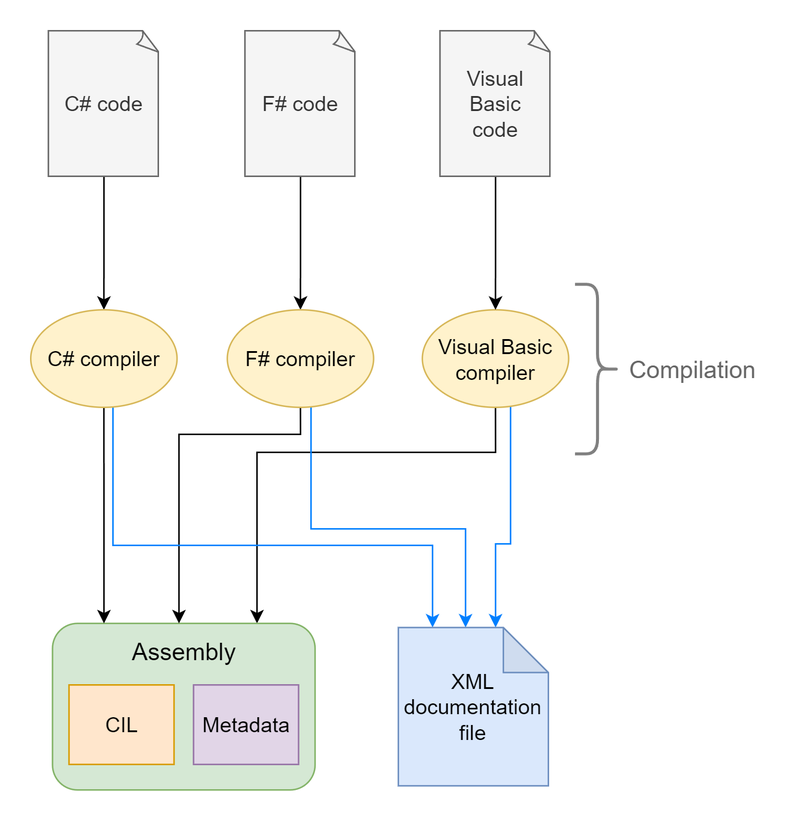
Before: img/compilation.png, a diagram exported from draw.io (VL-CZ/master-thesis). Source tidied: cells renumbered, new cells last; positions are measured from the earlier drawing's top-left corner, leaving out a move shared by most shapes.
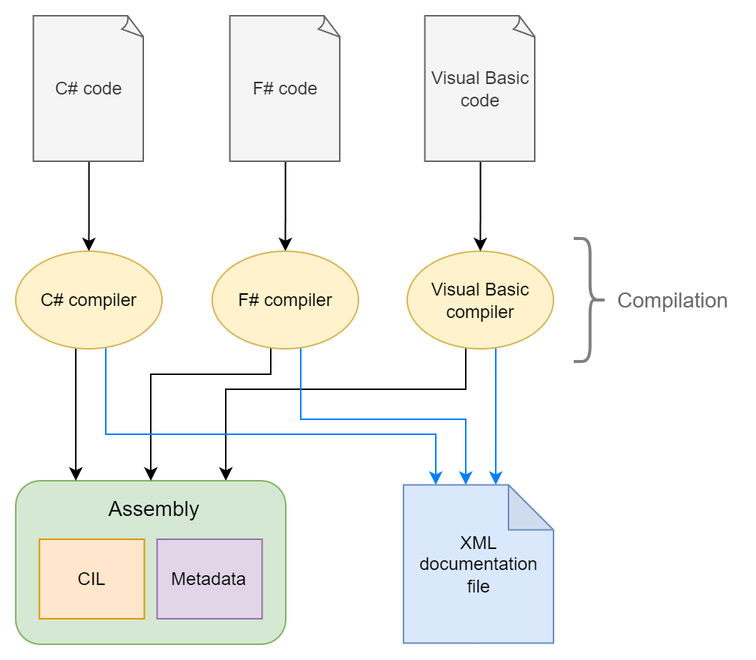
The same diagram one commit later.

The edit, as a diff of the source:
```diff
@@ -2,101 +2,101 @@
   <root>
     <mxCell id="0" />
     <mxCell id="1" parent="0" />
-    <mxCell id="2" style="edgeStyle=orthogonalEdgeStyle;rounded=0;jettySize=auto;html=1;" parent="1" edge="1" source="4" target="11">
+    <mxCell id="2" style="edgeStyle=orthogonalEdgeStyle;rounded=0;jettySize=auto;html=1;fontSize=12;" parent="1" edge="1" source="4" target="11">
       <mxGeometry relative="1" as="geometry">
         <Array as="points">
-          <mxPoint x="309.8" y="281" />
-          <mxPoint x="150.8" y="281" />
+          <mxPoint x="297" y="278" />
+          <mxPoint x="137" y="278" />
         </Array>
       </mxGeometry>
     </mxCell>
-    <mxCell id="3" style="edgeStyle=orthogonalEdgeStyle;rounded=0;jettySize=auto;html=1;strokeColor=#007FFF;" parent="1" edge="1" source="4" target="23">
+    <mxCell id="3" style="edgeStyle=orthogonalEdgeStyle;rounded=0;jettySize=auto;html=1;strokeColor=#007FFF;fontSize=12;" parent="1" edge="1" source="4" target="23">
       <mxGeometry relative="1" as="geometry">
         <Array as="points">
-          <mxPoint x="319.8" y="342" />
-          <mxPoint x="309.8" y="342" />
+          <mxPoint x="317" y="298" />
+          <mxPoint x="317" y="298" />
         </Array>
       </mxGeometry>
     </mxCell>
-    <mxCell id="4" value="Visual Basic compiler" style="ellipse;whiteSpace=wrap;html=1;fillColor=#fff2cc;strokeColor=#d6b656;fontSize=14;" parent="1" vertex="1">
-      <mxGeometry x="261" y="186" width="97.5" height="65" as="geometry" />
+    <mxCell id="4" value="Visual Basic compiler" style="ellipse;whiteSpace=wrap;html=1;fillColor=#fff2cc;strokeColor=#d6b656;fontSize=12;" parent="1" vertex="1">
+      <mxGeometry x="258" y="186" width="97.5" height="65" as="geometry" />
     </mxCell>
-    <mxCell id="5" style="edgeStyle=orthogonalEdgeStyle;rounded=0;jettySize=auto;html=1;" parent="1" edge="1" source="6" target="4">
+    <mxCell id="5" style="edgeStyle=orthogonalEdgeStyle;rounded=0;jettySize=auto;html=1;fontSize=12;" parent="1" edge="1" source="6" target="4">
       <mxGeometry relative="1" as="geometry" />
     </mxCell>
-    <mxCell id="6" value="Visual Basic &lt;br&gt;code" style="whiteSpace=wrap;html=1;shape=mxgraph.basic.document;fillColor=#f5f5f5;fontColor=#333333;strokeColor=#666666;fontSize=14;" parent="1" vertex="1">
-      <mxGeometry x="272.8" width="74" height="97" as="geometry" />
+    <mxCell id="6" value="Visual Basic &lt;br&gt;code" style="whiteSpace=wrap;html=1;shape=mxgraph.basic.document;fillColor=#f5f5f5;fontColor=#333333;strokeColor=#666666;fontSize=12;" parent="1" vertex="1">
+      <mxGeometry x="269.8" y="29" width="74" height="97" as="geometry" />
     </mxCell>
-    <mxCell id="7" style="edgeStyle=orthogonalEdgeStyle;rounded=0;jettySize=auto;html=1;" parent="1" edge="1" source="8" target="16">
+    <mxCell id="7" style="edgeStyle=orthogonalEdgeStyle;rounded=0;jettySize=auto;html=1;fontSize=12;" parent="1" edge="1" source="8" target="16">
       <mxGeometry relative="1" as="geometry" />
     </mxCell>
-    <mxCell id="8" value="F# code" style="whiteSpace=wrap;html=1;shape=mxgraph.basic.document;fillColor=#f5f5f5;fontColor=#333333;strokeColor=#666666;fontSize=14;" parent="1" vertex="1">
-      <mxGeometry x="142.8" width="74" height="97" as="geometry" />
+    <mxCell id="8" value="F# code" style="whiteSpace=wrap;html=1;shape=mxgraph.basic.document;fillColor=#f5f5f5;fontColor=#333333;strokeColor=#666666;fontSize=12;" parent="1" vertex="1">
+      <mxGeometry x="139.8" y="29" width="74" height="97" as="geometry" />
     </mxCell>
-    <mxCell id="9" style="edgeStyle=orthogonalEdgeStyle;rounded=0;jettySize=auto;html=1;" parent="1" edge="1" source="10" target="19">
+    <mxCell id="9" style="edgeStyle=orthogonalEdgeStyle;rounded=0;jettySize=auto;html=1;fontSize=12;" parent="1" edge="1" source="10" target="19">
       <mxGeometry relative="1" as="geometry" />
     </mxCell>
-    <mxCell id="10" value="C# code" style="whiteSpace=wrap;html=1;shape=mxgraph.basic.document;fillColor=#f5f5f5;fontColor=#333333;strokeColor=#666666;fontSize=14;" parent="1" vertex="1">
-      <mxGeometry x="11.8" width="74" height="97" as="geometry" />
+    <mxCell id="10" value="C# code" style="whiteSpace=wrap;html=1;shape=mxgraph.basic.document;fillColor=#f5f5f5;fontColor=#333333;strokeColor=#666666;fontSize=12;" parent="1" vertex="1">
+      <mxGeometry x="8.8" y="29" width="74" height="97" as="geometry" />
     </mxCell>
-    <mxCell id="11" style="rounded=1;whiteSpace=wrap;html=1;fillColor=#d5e8d4;strokeColor=#82b366;fontSize=14;" parent="1" vertex="1">
-      <mxGeometry x="14.5" y="395" width="175" height="111" as="geometry" />
+    <mxCell id="11" style="rounded=1;whiteSpace=wrap;html=1;fillColor=#d5e8d4;strokeColor=#82b366;fontSize=12;" parent="1" vertex="1">
+      <mxGeometry x="-3" y="339" width="180" height="109" as="geometry" />
     </mxCell>
-    <mxCell id="12" value="Assembly" style="text;html=1;align=center;verticalAlign=middle;whiteSpace=wrap;rounded=0;fontSize=16;" parent="1" vertex="1">
-      <mxGeometry x="63.5" y="395" width="77" height="38.5" as="geometry" />
+    <mxCell id="12" value="&lt;font style=&quot;font-size: 14px;&quot;&gt;Assembly&lt;/font&gt;" style="text;html=1;align=center;verticalAlign=middle;whiteSpace=wrap;rounded=0;fontSize=12;" parent="1" vertex="1">
+      <mxGeometry x="50.5" y="339" width="77" height="38.5" as="geometry" />
     </mxCell>
-    <mxCell id="13" value="Metadata" style="rounded=0;whiteSpace=wrap;html=1;fillColor=#e1d5e7;strokeColor=#9673a6;fontSize=14;" parent="1" vertex="1">
-      <mxGeometry x="108.5" y="436" width="70" height="53" as="geometry" />
+    <mxCell id="13" value="Metadata" style="rounded=0;whiteSpace=wrap;html=1;fillColor=#e1d5e7;strokeColor=#9673a6;fontSize=12;" parent="1" vertex="1">
+      <mxGeometry x="91.2" y="378" width="70" height="53" as="geometry" />
     </mxCell>
-    <mxCell id="14" style="edgeStyle=orthogonalEdgeStyle;rounded=0;jettySize=auto;html=1;" parent="1" edge="1" source="16" target="11">
+    <mxCell id="14" style="edgeStyle=orthogonalEdgeStyle;rounded=0;jettySize=auto;html=1;fontSize=12;" parent="1" edge="1" source="16" target="11">
       <mxGeometry relative="1" as="geometry">
         <Array as="points">
-          <mxPoint x="179.8" y="269" />
-          <mxPoint x="98.8" y="269" />
+          <mxPoint x="167" y="268" />
+          <mxPoint x="87" y="268" />
         </Array>
       </mxGeometry>
     </mxCell>
-    <mxCell id="15" style="edgeStyle=orthogonalEdgeStyle;rounded=0;jettySize=auto;html=1;strokeColor=#007FFF;" parent="1" edge="1" source="16" target="23">
+    <mxCell id="15" style="edgeStyle=orthogonalEdgeStyle;rounded=0;jettySize=auto;html=1;strokeColor=#007FFF;fontSize=12;" parent="1" edge="1" source="16" target="23">
       <mxGeometry relative="1" as="geometry">
         <Array as="points">
-          <mxPoint x="186.8" y="332" />
-          <mxPoint x="289.8" y="332" />
+          <mxPoint x="187" y="298" />
+          <mxPoint x="297" y="298" />
         </Array>
       </mxGeometry>
     </mxCell>
-    <mxCell id="16" value="F# compiler" style="ellipse;whiteSpace=wrap;html=1;fillColor=#fff2cc;strokeColor=#d6b656;fontSize=14;" parent="1" vertex="1">
-      <mxGeometry x="131" y="186" width="97.5" height="65" as="geometry" />
+    <mxCell id="16" value="F# compiler" style="ellipse;whiteSpace=wrap;html=1;fillColor=#fff2cc;strokeColor=#d6b656;fontSize=12;" parent="1" vertex="1">
+      <mxGeometry x="128" y="186" width="97.5" height="65" as="geometry" />
     </mxCell>
-    <mxCell id="17" style="edgeStyle=orthogonalEdgeStyle;rounded=0;jettySize=auto;html=1;" parent="1" edge="1" source="19" target="11">
+    <mxCell id="17" style="edgeStyle=orthogonalEdgeStyle;rounded=0;jettySize=auto;html=1;fontSize=12;" parent="1" edge="1" source="19" target="11">
       <mxGeometry relative="1" as="geometry">
         <Array as="points">
-          <mxPoint x="48.8" y="325" />
-          <mxPoint x="48.8" y="325" />
+          <mxPoint x="37" y="298" />
+          <mxPoint x="37" y="298" />
         </Array>
       </mxGeometry>
     </mxCell>
-    <mxCell id="18" style="edgeStyle=orthogonalEdgeStyle;rounded=0;jettySize=auto;html=1;strokeColor=#007FFF;" parent="1" edge="1" source="19" target="23">
+    <mxCell id="18" style="edgeStyle=orthogonalEdgeStyle;rounded=0;jettySize=auto;html=1;strokeColor=#007FFF;fontSize=12;" parent="1" edge="1" source="19" target="23">
       <mxGeometry relative="1" as="geometry">
         <Array as="points">
-          <mxPoint x="54.8" y="343" />
-          <mxPoint x="267.8" y="343" />
+          <mxPoint x="57" y="308" />
+          <mxPoint x="277" y="308" />
         </Array>
       </mxGeometry>
     </mxCell>
-    <mxCell id="19" value="C# compiler" style="ellipse;whiteSpace=wrap;html=1;fillColor=#fff2cc;strokeColor=#d6b656;fontSize=14;" parent="1" vertex="1">
-      <mxGeometry y="186" width="97.5" height="65" as="geometry" />
+    <mxCell id="19" value="C# compiler" style="ellipse;whiteSpace=wrap;html=1;fillColor=#fff2cc;strokeColor=#d6b656;fontSize=12;" parent="1" vertex="1">
+      <mxGeometry x="-3" y="186" width="97.5" height="65" as="geometry" />
     </mxCell>
-    <mxCell id="20" value="CIL" style="rounded=0;whiteSpace=wrap;html=1;fillColor=#ffe6cc;strokeColor=#d79b00;fontSize=14;" parent="1" vertex="1">
-      <mxGeometry x="25.5" y="436" width="70" height="53" as="geometry" />
+    <mxCell id="20" value="CIL" style="rounded=0;whiteSpace=wrap;html=1;fillColor=#ffe6cc;strokeColor=#d79b00;fontSize=12;" parent="1" vertex="1">
+      <mxGeometry x="12.8" y="378" width="70" height="53" as="geometry" />
     </mxCell>
-    <mxCell id="21" value="Compilation" style="text;html=1;align=center;verticalAlign=middle;whiteSpace=wrap;rounded=0;fontSize=16;fontColor=#666666;" parent="1" vertex="1">
-      <mxGeometry x="397" y="210.5" width="89" height="30" as="geometry" />
+    <mxCell id="21" value="&lt;font style=&quot;font-size: 14px;&quot;&gt;Compilation&lt;/font&gt;" style="text;html=1;align=center;verticalAlign=middle;whiteSpace=wrap;rounded=0;fontSize=12;fontColor=#666666;" parent="1" vertex="1">
+      <mxGeometry x="390.8" y="203.5" width="89" height="30" as="geometry" />
     </mxCell>
-    <mxCell id="22" style="shape=curlyBracket;whiteSpace=wrap;html=1;rounded=1;flipH=1;labelPosition=right;verticalLabelPosition=middle;align=left;verticalAlign=middle;fillColor=#647687;fontColor=#ffffff;strokeColor=#808080;strokeWidth=2;" parent="1" vertex="1">
-      <mxGeometry x="362.8" y="169" width="30" height="113" as="geometry" />
+    <mxCell id="22" style="shape=curlyBracket;whiteSpace=wrap;html=1;rounded=1;flipH=1;labelPosition=right;verticalLabelPosition=middle;align=left;verticalAlign=middle;fillColor=#647687;fontColor=#ffffff;strokeColor=#808080;strokeWidth=2;fontSize=12;" parent="1" vertex="1">
+      <mxGeometry x="369" y="177.5" width="21.8" height="82" as="geometry" />
     </mxCell>
-    <mxCell id="23" value="&lt;font style=&quot;font-size: 14px;&quot;&gt;XML documentation file&lt;/font&gt;" style="shape=note;whiteSpace=wrap;html=1;backgroundOutline=1;darkOpacity=0.05;fillColor=#dae8fc;strokeColor=#6c8ebf;" parent="1" vertex="1">
-      <mxGeometry x="245" y="397.8" width="100" height="105.5" as="geometry" />
+    <mxCell id="23" value="&lt;font&gt;XML documentation&lt;br&gt;file&lt;/font&gt;" style="shape=note;whiteSpace=wrap;html=1;backgroundOutline=1;darkOpacity=0.05;fillColor=#dae8fc;strokeColor=#6c8ebf;fontSize=12;" parent="1" vertex="1">
+      <mxGeometry x="255.5" y="341.8" width="100" height="105.5" as="geometry" />
     </mxCell>
   </root>
 </mxGraphModel>
```
